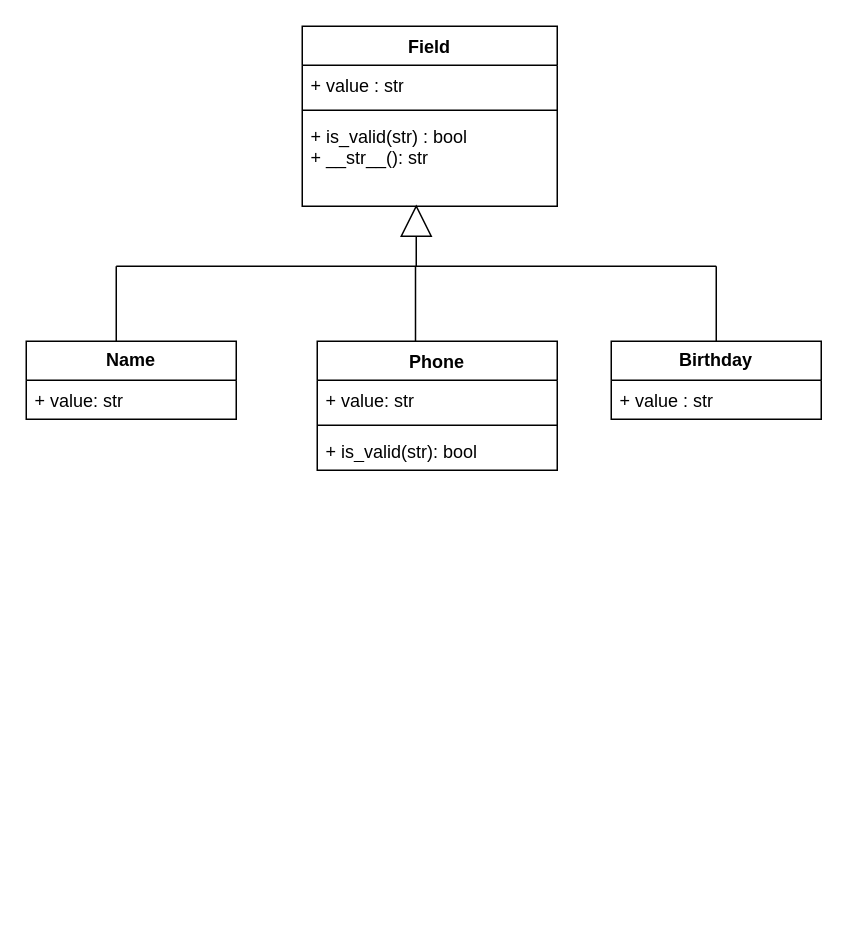
The draw.io diagram Untitled Diagram.drawio in Bangaart/goit-pythonWeb-hw-1, before the edit. Source tidied: cells renumbered, new cells numbered last; positions are measured from the earlier drawing's top-left corner, leaving out a move shared by most shapes. Both pictures are drawn from the tidied source at 150%, with x=0, y=0 at pixel (26, 26).
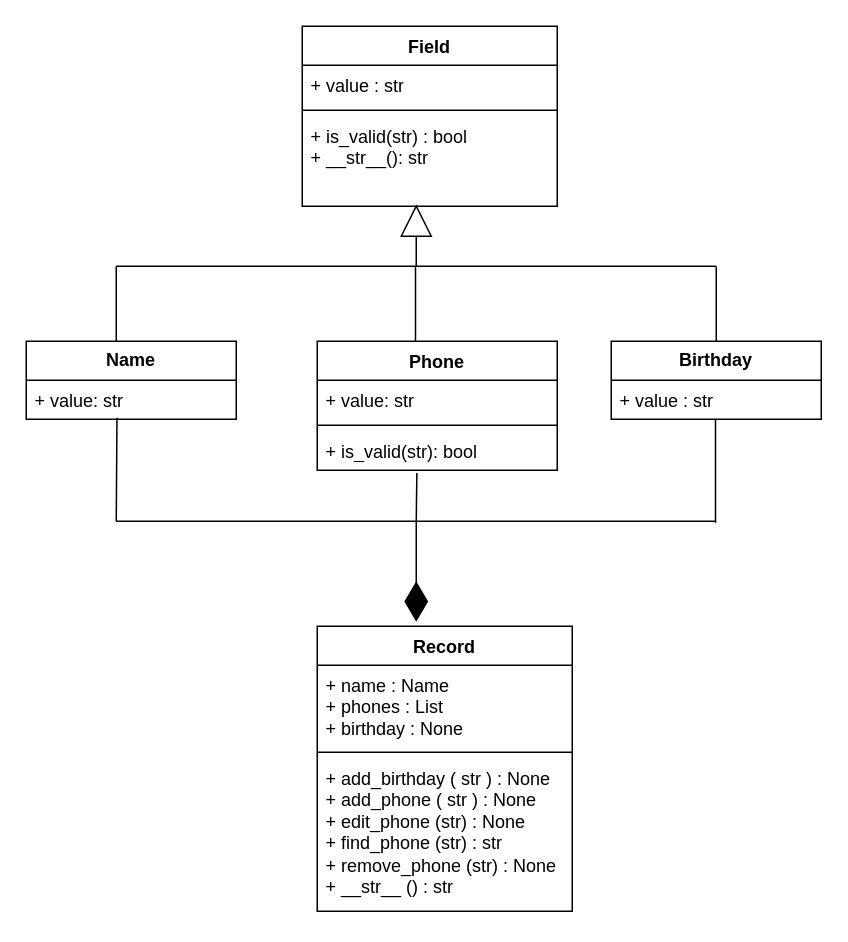
The same diagram, later.

Unchanged cells that the change refers to:
```xml
<mxCell id="8" value="+ value: str" style="text;strokeColor=none;fillColor=none;align=left;verticalAlign=top;spacingLeft=4;spacingRight=4;overflow=hidden;points=[[0,0.5],[1,0.5]];portConstraint=eastwest;whiteSpace=wrap;html=1;" parent="7" vertex="1">
  <mxGeometry y="26" width="140" height="26" as="geometry" />
</mxCell>
<mxCell id="9" value="Phone" style="swimlane;fontStyle=1;align=center;verticalAlign=top;horizontal=1;startSize=26;whiteSpace=wrap;html=1;" parent="1" vertex="1">
  <mxGeometry x="194" y="210" width="160" height="86" as="geometry" />
</mxCell>
<mxCell id="12" value="+ is_valid(str): bool" style="text;strokeColor=none;fillColor=none;align=left;verticalAlign=top;spacingLeft=4;spacingRight=4;overflow=hidden;points=[[0,0.5],[1,0.5]];portConstraint=eastwest;whiteSpace=wrap;html=1;" parent="9" vertex="1">
  <mxGeometry y="60" width="160" height="26" as="geometry" />
</mxCell>
```

What changed in the source:
```diff
@@
+    <mxCell id="20" style="endArrow=none;html=1;rounded=0;elbow=vertical;entryX=0.415;entryY=1.069;entryDx=0;entryDy=0;entryPerimeter=0;" parent="9" edge="1" target="12">
+      <mxGeometry relative="1" as="geometry">
+        <mxPoint x="66" y="120" as="sourcePoint" />
+      </mxGeometry>
+    </mxCell>
@@
+    <mxCell id="21" value="Record" style="swimlane;fontStyle=1;align=center;verticalAlign=top;horizontal=1;startSize=26;whiteSpace=wrap;html=1;" parent="1" vertex="1">
+      <mxGeometry x="194" y="400" width="170" height="190" as="geometry" />
+    </mxCell>
+    <mxCell id="22" value="+ name : Name&lt;div&gt;+ phones : List&lt;/div&gt;&lt;div&gt;+ birthday : None&lt;/div&gt;" style="text;strokeColor=none;fillColor=none;align=left;verticalAlign=top;spacingLeft=4;spacingRight=4;overflow=hidden;whiteSpace=wrap;html=1;" parent="21" vertex="1">
+      <mxGeometry y="26" width="170" height="54" as="geometry" />
+    </mxCell>
+    <mxCell id="23" style="line;strokeWidth=1;fillColor=none;align=left;verticalAlign=middle;spacingTop=-1;spacingLeft=3;spacingRight=3;labelPosition=right;strokeColor=inherit;" parent="21" vertex="1">
+      <mxGeometry y="80" width="170" height="8" as="geometry" />
+    </mxCell>
+    <mxCell id="24" value="+ add_birthday ( str ) : None&amp;nbsp;&lt;div&gt;+ add_phone ( str ) : None&lt;/div&gt;&lt;div&gt;+ edit_phone (str) : None&lt;/div&gt;&lt;div&gt;+ find_phone (str) : str&lt;/div&gt;&lt;div&gt;+ remove_phone (str) : None&lt;/div&gt;&lt;div&gt;+ __str__ () : str&lt;/div&gt;&lt;div&gt;&lt;br&gt;&lt;/div&gt;&lt;div&gt;&lt;br&gt;&lt;/div&gt;" style="text;strokeColor=none;fillColor=none;align=left;verticalAlign=top;spacingLeft=4;spacingRight=4;overflow=hidden;whiteSpace=wrap;html=1;" parent="21" vertex="1">
+      <mxGeometry y="88" width="170" height="102" as="geometry" />
+    </mxCell>
+    <mxCell id="25" style="endArrow=diamondThin;endFill=1;endSize=24;html=1;rounded=0;elbow=vertical;" parent="1" edge="1">
+      <mxGeometry relative="1" as="geometry">
+        <mxPoint x="260" y="330" as="sourcePoint" />
+        <mxPoint x="260" y="397" as="targetPoint" />
+      </mxGeometry>
+    </mxCell>
+    <mxCell id="26" style="endArrow=none;html=1;rounded=0;elbow=vertical;" parent="1" edge="1">
+      <mxGeometry relative="1" as="geometry">
+        <mxPoint x="60" y="330" as="sourcePoint" />
+        <mxPoint x="460" y="330" as="targetPoint" />
+      </mxGeometry>
+    </mxCell>
+    <mxCell id="27" style="endArrow=none;html=1;rounded=0;elbow=vertical;entryX=0.432;entryY=0.96;entryDx=0;entryDy=0;entryPerimeter=0;" parent="1" edge="1" target="8">
+      <mxGeometry relative="1" as="geometry">
+        <mxPoint x="60" y="330" as="sourcePoint" />
+      </mxGeometry>
+    </mxCell>
+    <mxCell id="28" style="endArrow=none;html=1;rounded=0;elbow=vertical;entryX=0.432;entryY=0.96;entryDx=0;entryDy=0;entryPerimeter=0;" parent="1" edge="1">
+      <mxGeometry relative="1" as="geometry">
+        <mxPoint x="459.5" y="331" as="sourcePoint" />
+        <mxPoint x="459.5" y="262" as="targetPoint" />
+      </mxGeometry>
+    </mxCell>
```
